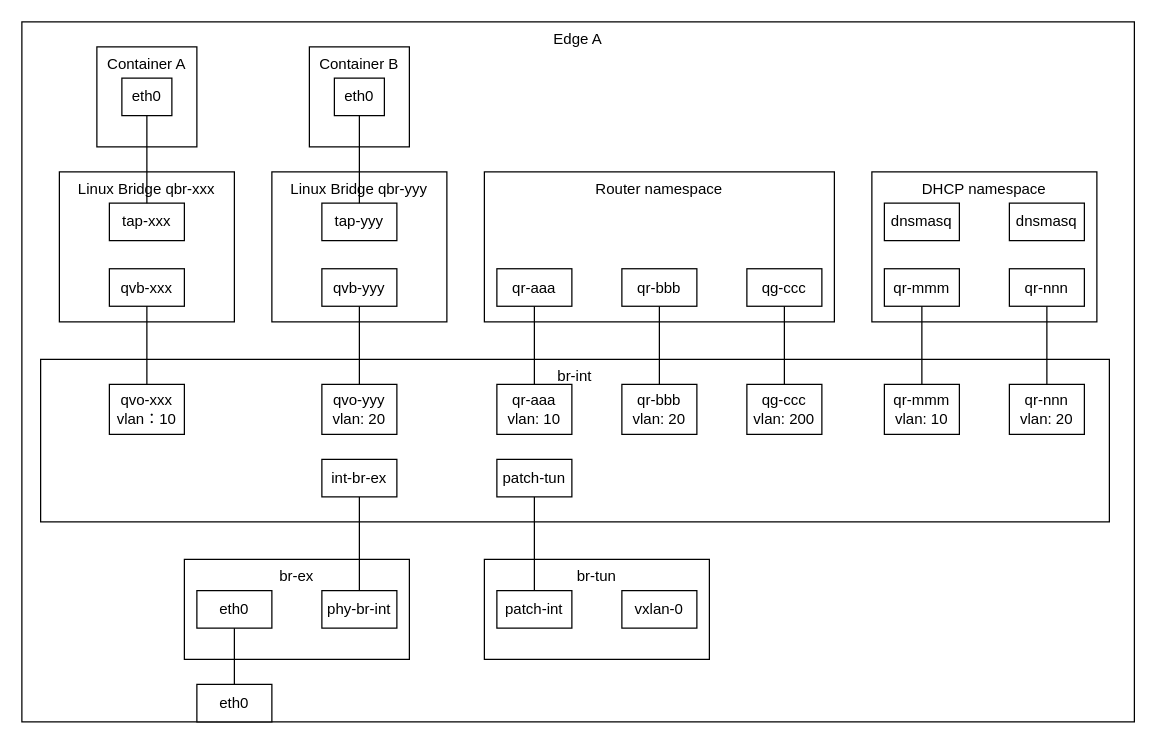
Earlier version of the draw.io diagram page "单节点跨子网" (2 of 4) of test.drawio (wangkuntian/draw). Source tidied: cells renumbered, new cells numbered last; positions are measured from the earlier drawing's top-left corner, leaving out a move shared by most shapes. Both pictures are drawn from the tidied source at 125%, with x=0, y=0 at pixel (21, 21).
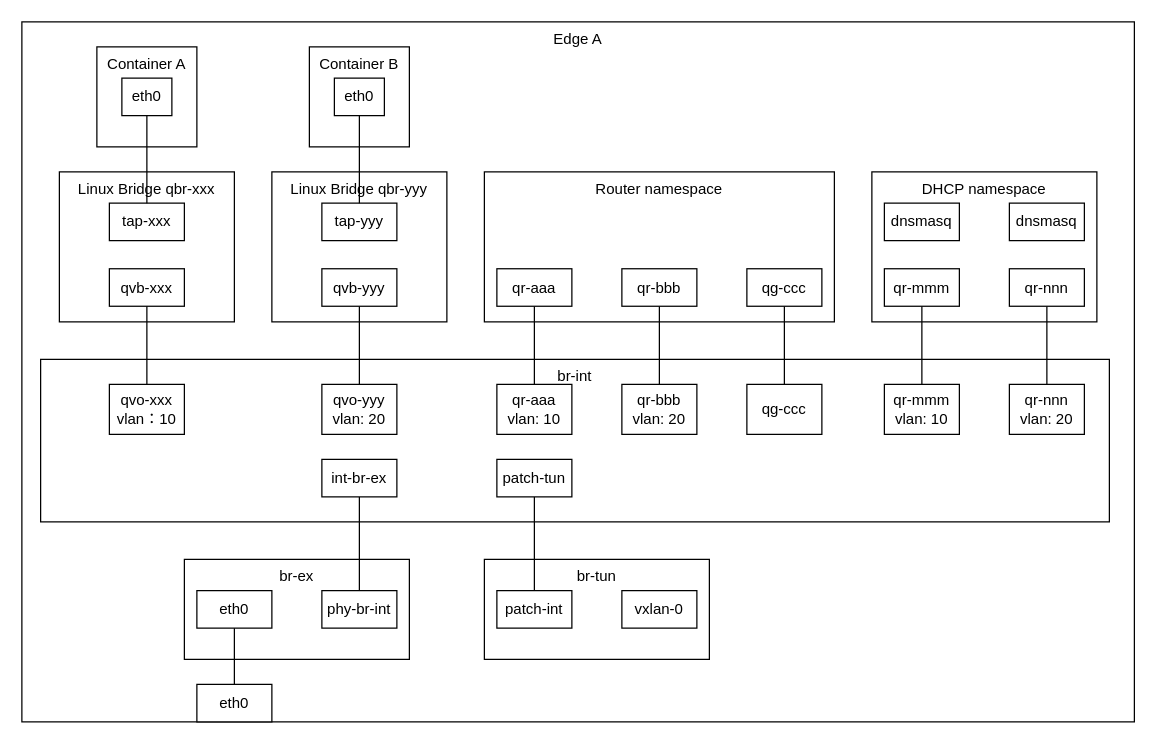
The same diagram, later.

Diff of the diagram source:
```diff
@@
-    <mxCell id="46" value="qg-ccc&lt;div&gt;vlan: 200&lt;/div&gt;" style="rounded=0;whiteSpace=wrap;html=1;" parent="1" vertex="1">
+    <mxCell id="46" value="qg-ccc" style="rounded=0;whiteSpace=wrap;html=1;" parent="1" vertex="1">
       <mxGeometry x="580" y="290" width="60" height="40" as="geometry" />
     </mxCell>
```
